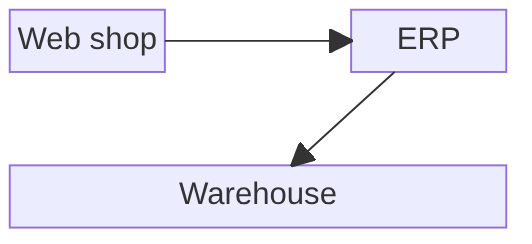
Above: corpus/mermaid/block.png in victorsaly/merlive (Mermaid), before the change. Its source is kept beside it as corpus/kinds/block.mmd.
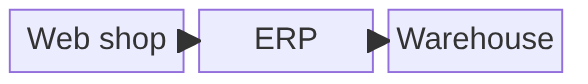
Above is the later version.

The edit, as a diff of the source:
```diff
@@ -1,7 +1,5 @@
 block
   columns 3
-  web["Web shop"] space erp["ERP"]
-  space:3
-  wh["Warehouse"]:3
+  web["Web shop"] erp["ERP"] wh["Warehouse"]
   web --> erp
   erp --> wh
```
